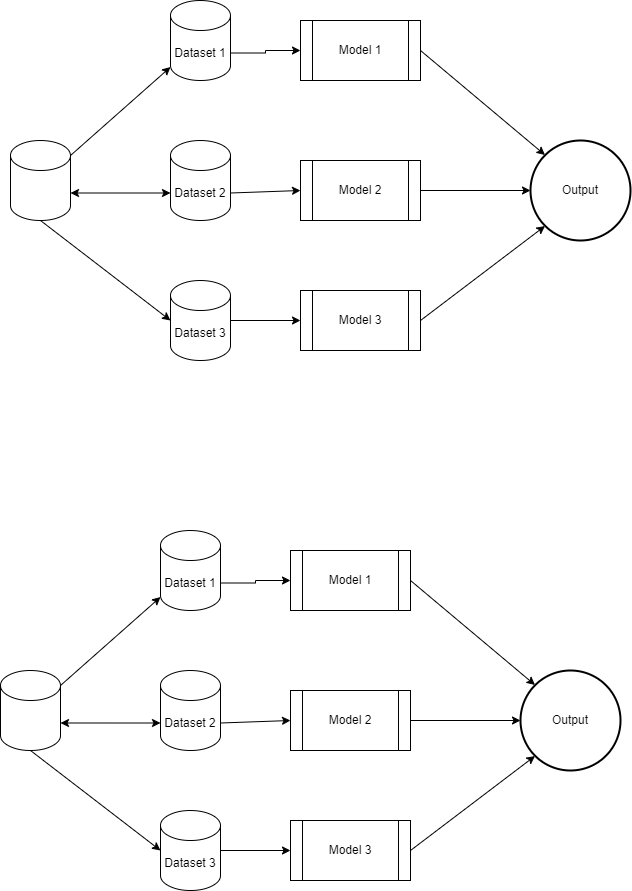
Earlier version of the draw.io export Untitled Diagram.drawio.png (banerjind/Data-Science-Analytics-Project). Source tidied: cells renumbered, new cells last; positions are measured from the earlier drawing's top-left corner, leaving out a move shared by most shapes.
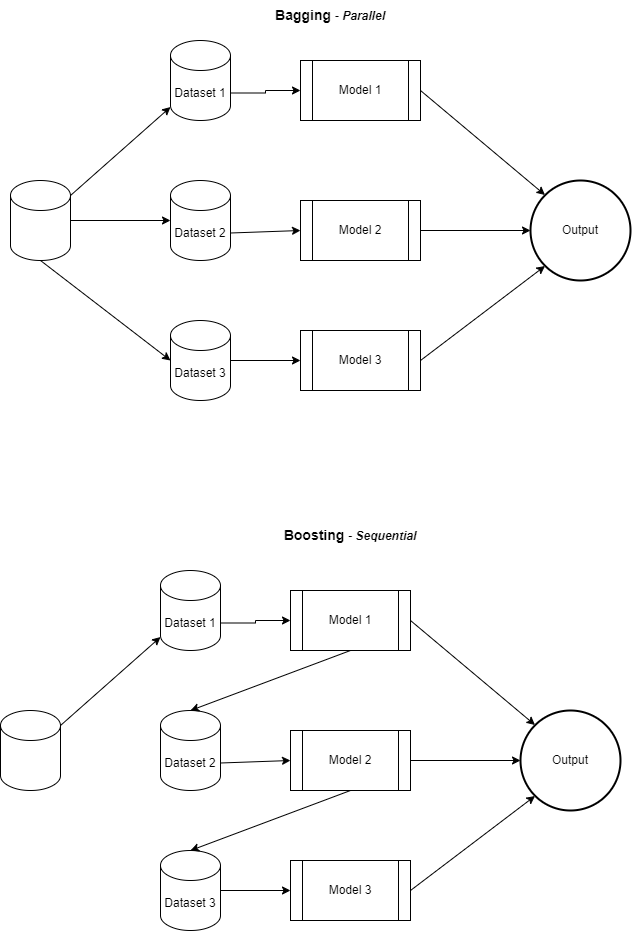
The same diagram one commit later.

Change to the diagram source:
```diff
@@ -20,9 +20,6 @@
     <mxCell id="7" style="endArrow=classic;html=1;rounded=0;exitX=1;exitY=0;exitDx=0;exitDy=15;exitPerimeter=0;" parent="1" edge="1" source="6" target="3">
       <mxGeometry relative="1" as="geometry" />
     </mxCell>
-    <mxCell id="8" style="endArrow=classic;startArrow=classic;html=1;rounded=0;exitX=1;exitY=0;exitDx=0;exitDy=52.5;exitPerimeter=0;entryX=0;entryY=0;entryDx=0;entryDy=52.5;entryPerimeter=0;" parent="1" edge="1" source="6" target="4">
-      <mxGeometry relative="1" as="geometry" />
-    </mxCell>
     <mxCell id="9" style="endArrow=classic;html=1;rounded=0;exitX=0.5;exitY=1;exitDx=0;exitDy=0;exitPerimeter=0;entryX=0;entryY=0.5;entryDx=0;entryDy=0;entryPerimeter=0;" parent="1" edge="1" source="6" target="5">
       <mxGeometry relative="1" as="geometry" />
     </mxCell>
@@ -71,12 +68,6 @@
     <mxCell id="24" style="endArrow=classic;html=1;rounded=0;exitX=1;exitY=0;exitDx=0;exitDy=15;exitPerimeter=0;" parent="1" edge="1" source="23" target="20">
       <mxGeometry relative="1" as="geometry" />
     </mxCell>
-    <mxCell id="25" style="endArrow=classic;startArrow=classic;html=1;rounded=0;exitX=1;exitY=0;exitDx=0;exitDy=52.5;exitPerimeter=0;entryX=0;entryY=0;entryDx=0;entryDy=52.5;entryPerimeter=0;" parent="1" edge="1" source="23" target="21">
-      <mxGeometry relative="1" as="geometry" />
-    </mxCell>
-    <mxCell id="26" style="endArrow=classic;html=1;rounded=0;exitX=0.5;exitY=1;exitDx=0;exitDy=0;exitPerimeter=0;entryX=0;entryY=0.5;entryDx=0;entryDy=0;entryPerimeter=0;" parent="1" edge="1" source="23" target="22">
-      <mxGeometry relative="1" as="geometry" />
-    </mxCell>
     <mxCell id="27" value="Model 1" style="shape=process;whiteSpace=wrap;html=1;backgroundOutline=1;" parent="1" vertex="1">
       <mxGeometry x="290" y="550" width="120" height="60" as="geometry" />
     </mxCell>
@@ -104,5 +95,20 @@
     <mxCell id="35" style="endArrow=classic;html=1;rounded=0;exitX=1;exitY=0.5;exitDx=0;exitDy=0;exitPerimeter=0;entryX=0;entryY=0.5;entryDx=0;entryDy=0;" parent="1" edge="1" source="22" target="29">
       <mxGeometry relative="1" as="geometry" />
     </mxCell>
+    <mxCell id="8" style="endArrow=classic;html=1;rounded=0;exitX=1;exitY=0.5;exitDx=0;exitDy=0;exitPerimeter=0;entryX=0;entryY=0.5;entryDx=0;entryDy=0;entryPerimeter=0;" parent="1" edge="1" source="6" target="4">
+      <mxGeometry relative="1" as="geometry" />
+    </mxCell>
+    <mxCell id="36" style="endArrow=classic;html=1;rounded=0;exitX=0.5;exitY=1;exitDx=0;exitDy=0;entryX=0.5;entryY=0;entryDx=0;entryDy=0;entryPerimeter=0;" parent="1" edge="1" source="27" target="21">
+      <mxGeometry relative="1" as="geometry" />
+    </mxCell>
+    <mxCell id="37" style="endArrow=classic;html=1;rounded=0;exitX=0.5;exitY=1;exitDx=0;exitDy=0;entryX=0.5;entryY=0;entryDx=0;entryDy=0;entryPerimeter=0;" parent="1" edge="1" source="28" target="22">
+      <mxGeometry relative="1" as="geometry" />
+    </mxCell>
+    <mxCell id="38" value="&lt;b&gt;&lt;font style=&quot;font-size: 14px;&quot;&gt;Boosting &lt;/font&gt;&lt;/b&gt;- &lt;i&gt;&lt;b&gt;Sequential&lt;/b&gt;&lt;/i&gt;" style="text;html=1;align=center;verticalAlign=middle;whiteSpace=wrap;rounded=0;" parent="1" vertex="1">
+      <mxGeometry x="260" y="480" width="180" height="30" as="geometry" />
+    </mxCell>
+    <mxCell id="39" value="&lt;b&gt;&lt;font style=&quot;font-size: 14px;&quot;&gt;Bagging&amp;nbsp;&lt;/font&gt;&lt;/b&gt;- &lt;b&gt;&lt;i&gt;Parallel&lt;/i&gt;&lt;/b&gt;" style="text;html=1;align=center;verticalAlign=middle;whiteSpace=wrap;rounded=0;" parent="1" vertex="1">
+      <mxGeometry x="240" y="-40" width="180" height="30" as="geometry" />
+    </mxCell>
   </root>
 </mxGraphModel>
```
